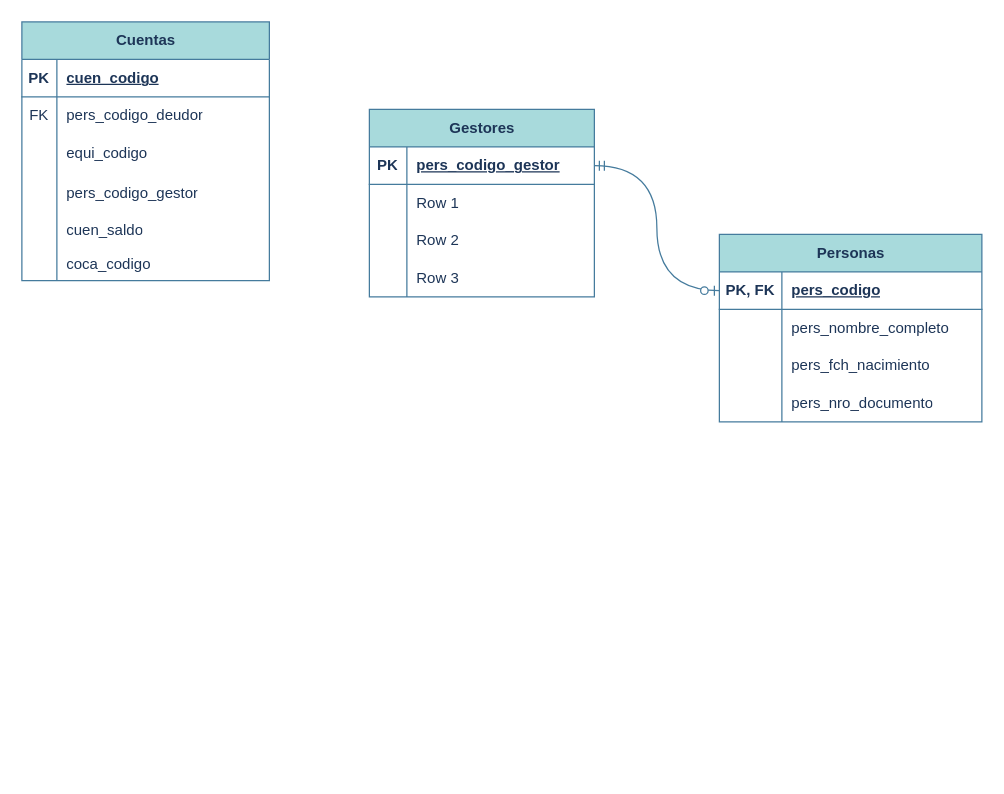
Earlier version of the draw.io diagram DESA.drawio (Thostin/Nexo). Source tidied: cells renumbered, new cells numbered last; positions are measured from the earlier drawing's top-left corner, leaving out a move shared by most shapes. Both pictures are drawn from the tidied source at 125%, with x=0, y=0 at pixel (21, 21).
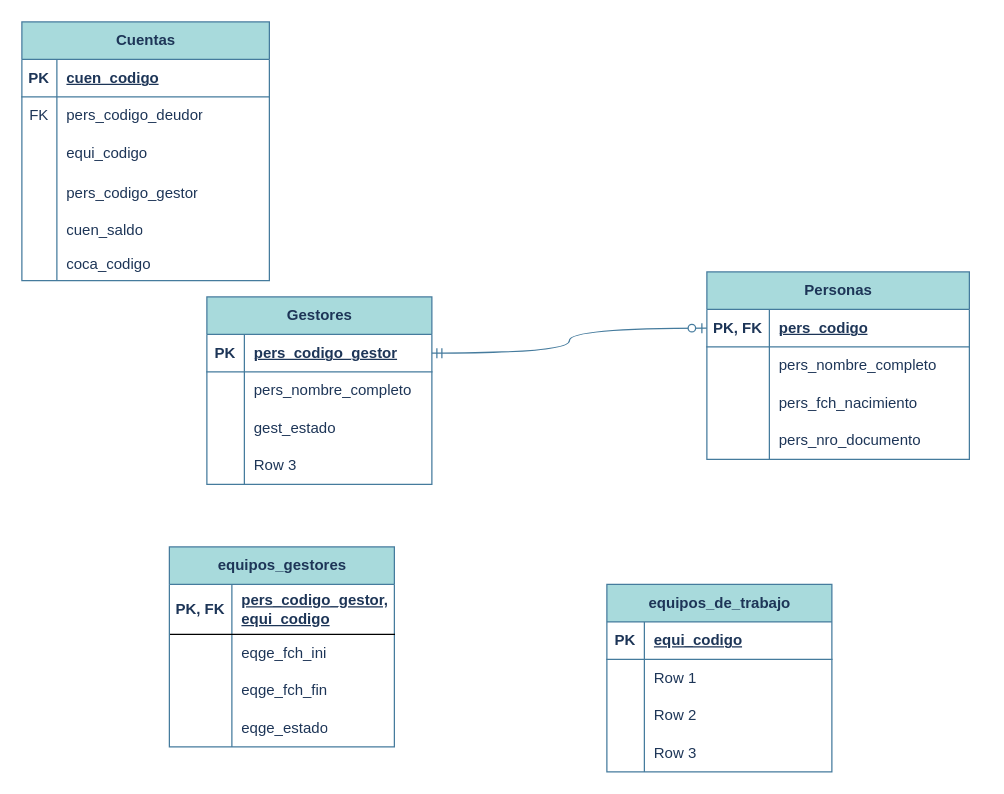
The same diagram, later.

The change refers to these unchanged cells:
```xml
<mxCell id="38" style="shape=tableRow;horizontal=0;startSize=0;swimlaneHead=0;swimlaneBody=0;fillColor=none;top=0;left=0;right=0;bottom=0;strokeColor=#457B9D;fontColor=#1D3557;" parent="34" vertex="1">
  <mxGeometry y="60" width="180" height="30" as="geometry" />
</mxCell>
<mxCell id="41" style="shape=tableRow;horizontal=0;startSize=0;swimlaneHead=0;swimlaneBody=0;fillColor=none;top=0;left=0;right=0;bottom=0;strokeColor=#457B9D;fontColor=#1D3557;" parent="34" vertex="1">
  <mxGeometry y="90" width="180" height="30" as="geometry" />
</mxCell>
```

The edit, as a diff of the source:
```diff
@@
     <mxCell id="21" value="Personas" style="shape=table;startSize=30;childLayout=tableLayout;rowLines=0;fontStyle=1;align=center;html=1;strokeColor=#457B9D;fontColor=#1D3557;fillColor=#A8DADC;" parent="1" vertex="1">
-      <mxGeometry x="558" y="170" width="210" height="150" as="geometry" />
+      <mxGeometry x="548" y="200" width="210" height="150" as="geometry" />
     </mxCell>
@@
     <mxCell id="34" value="Gestores" style="shape=table;startSize=30;childLayout=tableLayout;rowLines=0;fontStyle=1;align=center;html=1;strokeColor=#457B9D;fontColor=#1D3557;fillColor=#A8DADC;" parent="1" vertex="1">
-      <mxGeometry x="278" y="70" width="180" height="150" as="geometry" />
+      <mxGeometry x="148" y="220" width="180" height="150" as="geometry" />
     </mxCell>
@@
-    <mxCell id="40" value="Row 1" style="shape=partialRectangle;fillColor=none;top=0;left=0;bottom=0;right=0;align=left;spacingLeft=6;overflow=hidden;whiteSpace=wrap;html=1;strokeColor=#457B9D;fontColor=#1D3557;" parent="38" vertex="1">
+    <mxCell id="40" value="pers_nombre_completo" style="shape=partialRectangle;fillColor=none;top=0;left=0;bottom=0;right=0;align=left;spacingLeft=6;overflow=hidden;whiteSpace=wrap;html=1;strokeColor=#457B9D;fontColor=#1D3557;" parent="38" vertex="1">
       <mxGeometry x="30" width="150" height="30" as="geometry" />
     </mxCell>
@@
-    <mxCell id="43" value="Row 2" style="shape=partialRectangle;fillColor=none;top=0;left=0;bottom=0;right=0;align=left;spacingLeft=6;overflow=hidden;whiteSpace=wrap;html=1;strokeColor=#457B9D;fontColor=#1D3557;" parent="41" vertex="1">
+    <mxCell id="43" value="gest_estado" style="shape=partialRectangle;fillColor=none;top=0;left=0;bottom=0;right=0;align=left;spacingLeft=6;overflow=hidden;whiteSpace=wrap;html=1;strokeColor=#457B9D;fontColor=#1D3557;" parent="41" vertex="1">
       <mxGeometry x="30" width="150" height="30" as="geometry" />
     </mxCell>
@@
+    <mxCell id="48" value="equipos_gestores" style="shape=table;startSize=30;childLayout=tableLayout;rowLines=0;fontStyle=1;align=center;html=1;strokeColor=#457B9D;fontColor=#1D3557;fillColor=#A8DADC;" parent="1" vertex="1">
+      <mxGeometry x="118" y="420" width="180" height="160" as="geometry" />
+    </mxCell>
+    <mxCell id="49" style="shape=tableRow;horizontal=0;startSize=0;swimlaneHead=0;swimlaneBody=0;fillColor=none;top=0;left=0;right=0;bottom=1;strokeColor=default;fontColor=default;dashed=1;dashPattern=1 1;" parent="48" vertex="1">
+      <mxGeometry y="30" width="180" height="40" as="geometry" />
+    </mxCell>
+    <mxCell id="50" value="PK, FK" style="shape=partialRectangle;fillColor=none;top=0;left=0;bottom=0;right=0;fontStyle=1;overflow=hidden;whiteSpace=wrap;html=1;strokeColor=#457B9D;fontColor=#1D3557;" parent="49" vertex="1">
+      <mxGeometry width="50" height="40" as="geometry" />
+    </mxCell>
+    <mxCell id="51" value="pers_codigo_gestor,&lt;div&gt;equi_codigo&lt;/div&gt;" style="shape=partialRectangle;fillColor=none;top=0;left=0;bottom=0;right=0;align=left;spacingLeft=6;fontStyle=5;overflow=hidden;whiteSpace=wrap;html=1;strokeColor=#457B9D;fontColor=#1D3557;" parent="49" vertex="1">
+      <mxGeometry x="50" width="130" height="40" as="geometry" />
+    </mxCell>
+    <mxCell id="52" style="shape=tableRow;horizontal=0;startSize=0;swimlaneHead=0;swimlaneBody=0;fillColor=none;top=0;left=0;right=0;bottom=0;strokeColor=#457B9D;fontColor=#1D3557;" parent="48" vertex="1">
+      <mxGeometry y="70" width="180" height="30" as="geometry" />
+    </mxCell>
+    <mxCell id="53" style="shape=partialRectangle;fillColor=none;top=0;left=0;bottom=0;right=0;overflow=hidden;whiteSpace=wrap;html=1;strokeColor=#457B9D;fontColor=#1D3557;" parent="52" vertex="1">
+      <mxGeometry width="50" height="30" as="geometry" />
+    </mxCell>
+    <mxCell id="54" value="eqge_fch_ini" style="shape=partialRectangle;fillColor=none;top=0;left=0;bottom=0;right=0;align=left;spacingLeft=6;overflow=hidden;whiteSpace=wrap;html=1;strokeColor=#457B9D;fontColor=#1D3557;" parent="52" vertex="1">
+      <mxGeometry x="50" width="130" height="30" as="geometry" />
+    </mxCell>
+    <mxCell id="55" style="shape=tableRow;horizontal=0;startSize=0;swimlaneHead=0;swimlaneBody=0;fillColor=none;top=0;left=0;right=0;bottom=0;strokeColor=#457B9D;fontColor=#1D3557;" parent="48" vertex="1">
+      <mxGeometry y="100" width="180" height="30" as="geometry" />
+    </mxCell>
+    <mxCell id="56" style="shape=partialRectangle;fillColor=none;top=0;left=0;bottom=0;right=0;overflow=hidden;whiteSpace=wrap;html=1;strokeColor=#457B9D;fontColor=#1D3557;" parent="55" vertex="1">
+      <mxGeometry width="50" height="30" as="geometry" />
+    </mxCell>
+    <mxCell id="57" value="eqge_fch_fin" style="shape=partialRectangle;fillColor=none;top=0;left=0;bottom=0;right=0;align=left;spacingLeft=6;overflow=hidden;whiteSpace=wrap;html=1;strokeColor=#457B9D;fontColor=#1D3557;" parent="55" vertex="1">
+      <mxGeometry x="50" width="130" height="30" as="geometry" />
+    </mxCell>
+    <mxCell id="58" style="shape=tableRow;horizontal=0;startSize=0;swimlaneHead=0;swimlaneBody=0;fillColor=none;top=0;left=0;right=0;bottom=0;strokeColor=#457B9D;fontColor=#1D3557;" parent="48" vertex="1">
+      <mxGeometry y="130" width="180" height="30" as="geometry" />
+    </mxCell>
+    <mxCell id="59" style="shape=partialRectangle;fillColor=none;top=0;left=0;bottom=0;right=0;overflow=hidden;whiteSpace=wrap;html=1;strokeColor=#457B9D;fontColor=#1D3557;" parent="58" vertex="1">
+      <mxGeometry width="50" height="30" as="geometry" />
+    </mxCell>
+    <mxCell id="60" value="eqge_estado" style="shape=partialRectangle;fillColor=none;top=0;left=0;bottom=0;right=0;align=left;spacingLeft=6;overflow=hidden;whiteSpace=wrap;html=1;strokeColor=#457B9D;fontColor=#1D3557;" parent="58" vertex="1">
+      <mxGeometry x="50" width="130" height="30" as="geometry" />
+    </mxCell>
+    <mxCell id="61" value="equipos_de_trabajo" style="shape=table;startSize=30;childLayout=tableLayout;rowLines=0;fontStyle=1;align=center;html=1;strokeColor=#457B9D;fontColor=#1D3557;fillColor=#A8DADC;" parent="1" vertex="1">
+      <mxGeometry x="468" y="450" width="180" height="150" as="geometry" />
+    </mxCell>
+    <mxCell id="62" style="shape=tableRow;horizontal=0;startSize=0;swimlaneHead=0;swimlaneBody=0;fillColor=none;top=0;left=0;right=0;bottom=1;strokeColor=#457B9D;fontColor=#1D3557;" parent="61" vertex="1">
+      <mxGeometry y="30" width="180" height="30" as="geometry" />
+    </mxCell>
+    <mxCell id="63" value="PK" style="shape=partialRectangle;fillColor=none;top=0;left=0;bottom=0;right=0;fontStyle=1;overflow=hidden;whiteSpace=wrap;html=1;strokeColor=#457B9D;fontColor=#1D3557;" parent="62" vertex="1">
+      <mxGeometry width="30" height="30" as="geometry" />
+    </mxCell>
+    <mxCell id="64" value="equi_codigo" style="shape=partialRectangle;fillColor=none;top=0;left=0;bottom=0;right=0;align=left;spacingLeft=6;fontStyle=5;overflow=hidden;whiteSpace=wrap;html=1;strokeColor=#457B9D;fontColor=#1D3557;" parent="62" vertex="1">
+      <mxGeometry x="30" width="150" height="30" as="geometry" />
+    </mxCell>
+    <mxCell id="65" style="shape=tableRow;horizontal=0;startSize=0;swimlaneHead=0;swimlaneBody=0;fillColor=none;top=0;left=0;right=0;bottom=0;strokeColor=#457B9D;fontColor=#1D3557;" parent="61" vertex="1">
+      <mxGeometry y="60" width="180" height="30" as="geometry" />
+    </mxCell>
+    <mxCell id="66" style="shape=partialRectangle;fillColor=none;top=0;left=0;bottom=0;right=0;overflow=hidden;whiteSpace=wrap;html=1;strokeColor=#457B9D;fontColor=#1D3557;" parent="65" vertex="1">
+      <mxGeometry width="30" height="30" as="geometry" />
+    </mxCell>
+    <mxCell id="67" value="Row 1" style="shape=partialRectangle;fillColor=none;top=0;left=0;bottom=0;right=0;align=left;spacingLeft=6;overflow=hidden;whiteSpace=wrap;html=1;strokeColor=#457B9D;fontColor=#1D3557;" parent="65" vertex="1">
+      <mxGeometry x="30" width="150" height="30" as="geometry" />
+    </mxCell>
+    <mxCell id="68" style="shape=tableRow;horizontal=0;startSize=0;swimlaneHead=0;swimlaneBody=0;fillColor=none;top=0;left=0;right=0;bottom=0;strokeColor=#457B9D;fontColor=#1D3557;" parent="61" vertex="1">
+      <mxGeometry y="90" width="180" height="30" as="geometry" />
+    </mxCell>
+    <mxCell id="69" style="shape=partialRectangle;fillColor=none;top=0;left=0;bottom=0;right=0;overflow=hidden;whiteSpace=wrap;html=1;strokeColor=#457B9D;fontColor=#1D3557;" parent="68" vertex="1">
+      <mxGeometry width="30" height="30" as="geometry" />
+    </mxCell>
+    <mxCell id="70" value="Row 2" style="shape=partialRectangle;fillColor=none;top=0;left=0;bottom=0;right=0;align=left;spacingLeft=6;overflow=hidden;whiteSpace=wrap;html=1;strokeColor=#457B9D;fontColor=#1D3557;" parent="68" vertex="1">
+      <mxGeometry x="30" width="150" height="30" as="geometry" />
+    </mxCell>
+    <mxCell id="71" style="shape=tableRow;horizontal=0;startSize=0;swimlaneHead=0;swimlaneBody=0;fillColor=none;top=0;left=0;right=0;bottom=0;strokeColor=#457B9D;fontColor=#1D3557;" parent="61" vertex="1">
+      <mxGeometry y="120" width="180" height="30" as="geometry" />
+    </mxCell>
+    <mxCell id="72" style="shape=partialRectangle;fillColor=none;top=0;left=0;bottom=0;right=0;overflow=hidden;whiteSpace=wrap;html=1;strokeColor=#457B9D;fontColor=#1D3557;" parent="71" vertex="1">
+      <mxGeometry width="30" height="30" as="geometry" />
+    </mxCell>
+    <mxCell id="73" value="Row 3" style="shape=partialRectangle;fillColor=none;top=0;left=0;bottom=0;right=0;align=left;spacingLeft=6;overflow=hidden;whiteSpace=wrap;html=1;strokeColor=#457B9D;fontColor=#1D3557;" parent="71" vertex="1">
+      <mxGeometry x="30" width="150" height="30" as="geometry" />
+    </mxCell>
```
